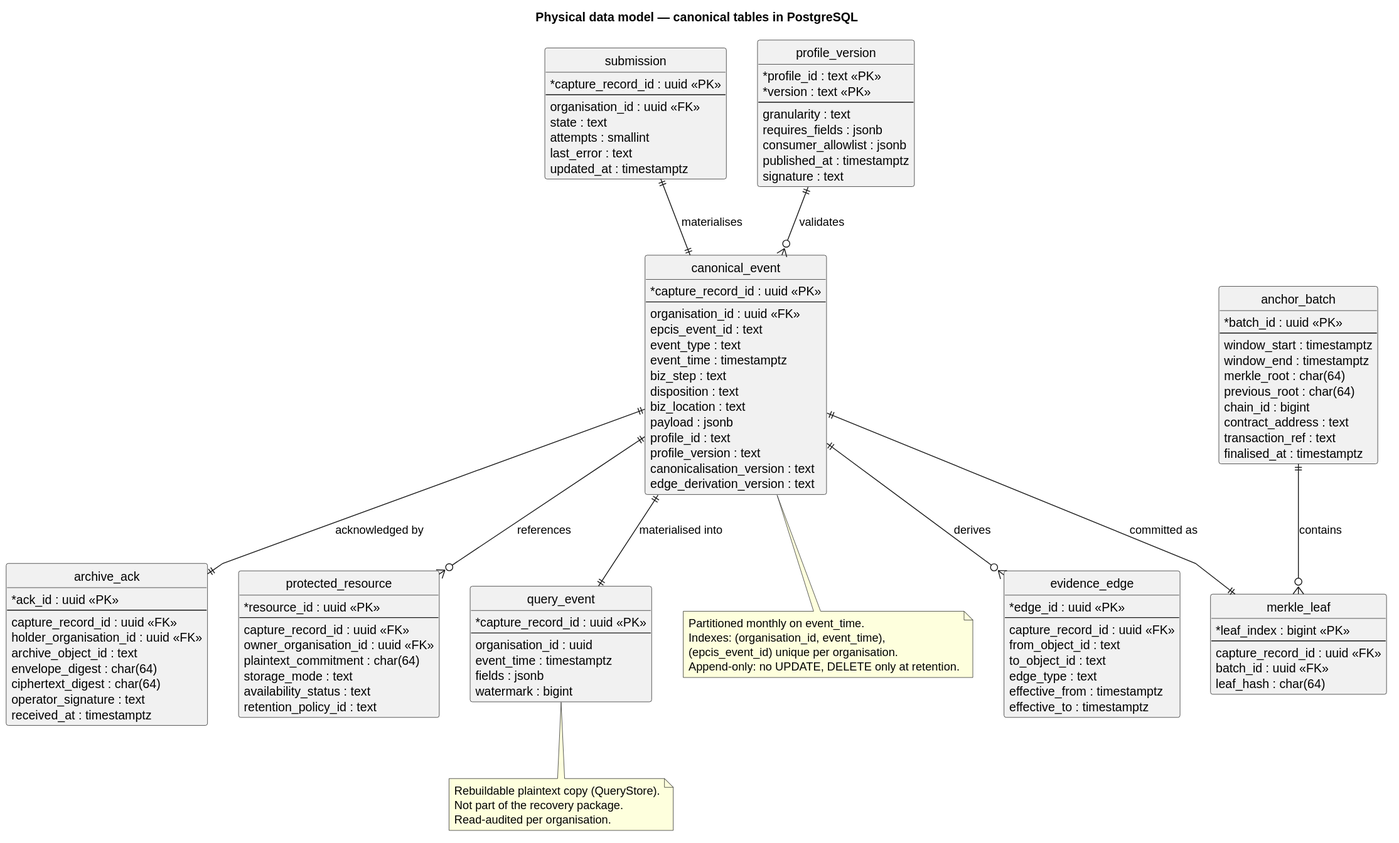
Before: docs/public/diagrams/core-physical-model.svg, a diagram exported from PlantUML (kuangshen04/48433assignment).
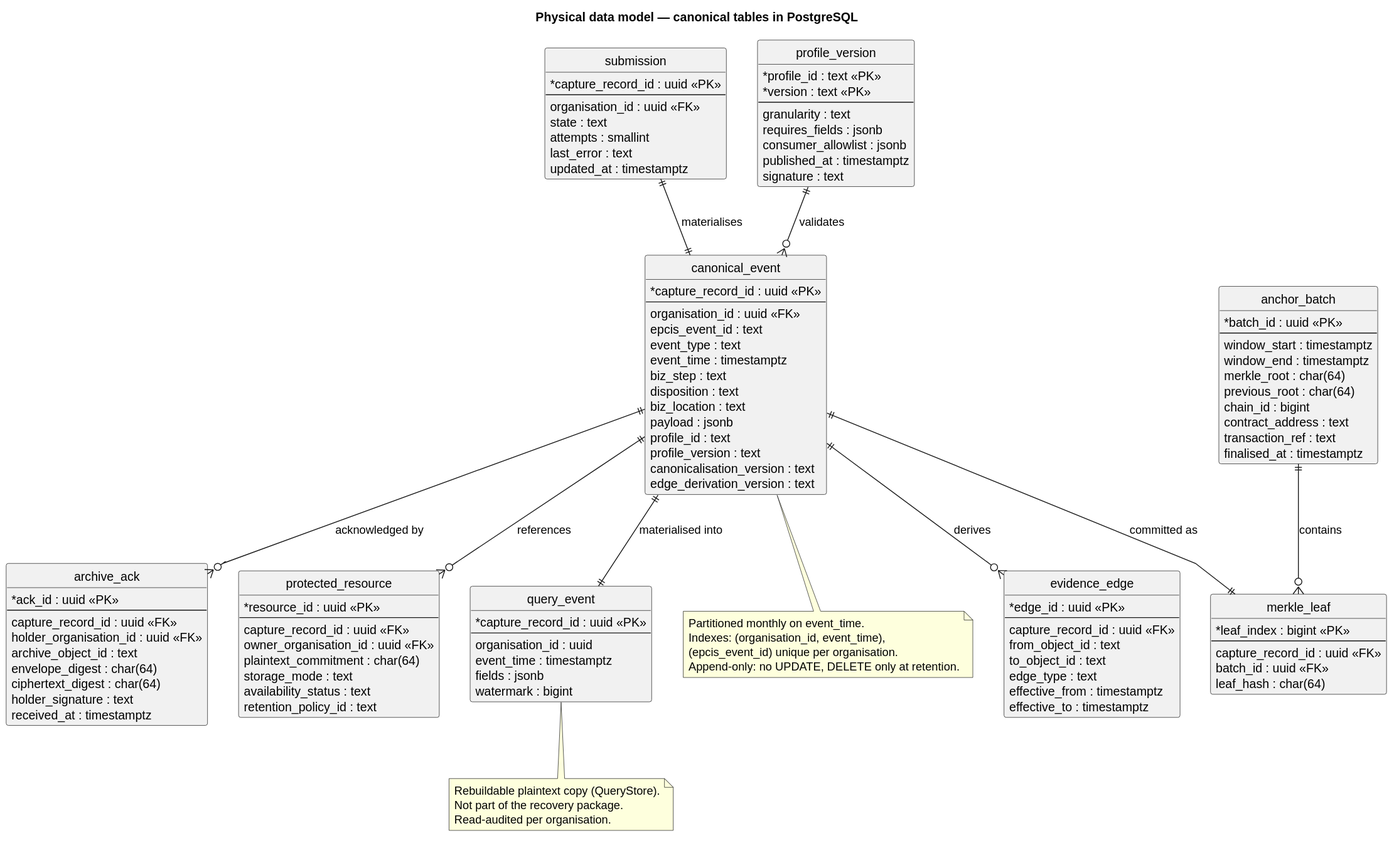
Later version of the same file.

Diff of the diagram source:
```diff
@@ -52,7 +52,7 @@
   archive_object_id : text
   envelope_digest : char(64)
   ciphertext_digest : char(64)
-  operator_signature : text
+  holder_signature : text
   received_at : timestamptz
 }
 
@@ -110,7 +110,7 @@
 
 submission ||--|| ce : materialises
 ce ||--o{ edge : derives
-ce ||--|| ack : acknowledged by
+ce ||--o{ ack : acknowledged by
 ce ||--|| leaf : committed as
 batch ||--o{ leaf : contains
 ce ||--o{ res : references
```
